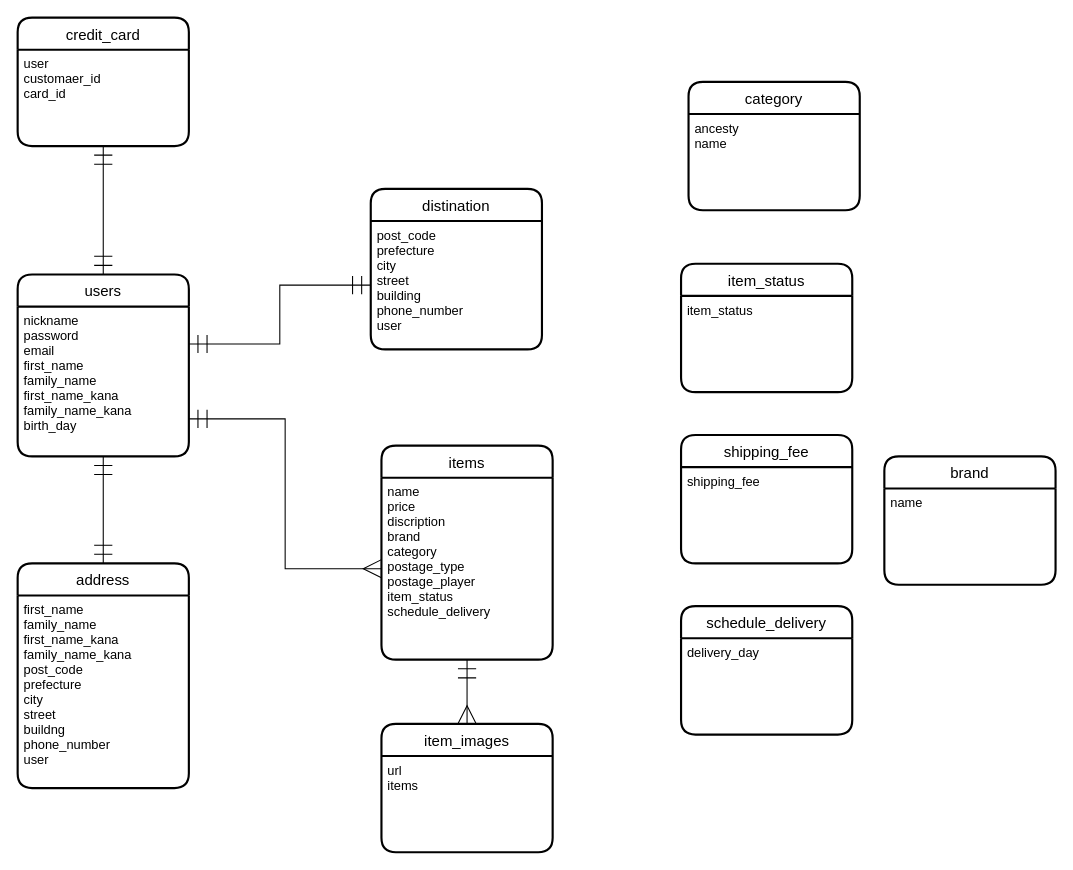
The draw.io diagram test.dio in hayakawanaotaka/furima-30951, before the edit. Source tidied: cells renumbered, new cells numbered last; positions are measured from the earlier drawing's top-left corner, leaving out a move shared by most shapes. Both pictures are drawn from the tidied source at 107%, with x=0, y=0 at pixel (17, 17).
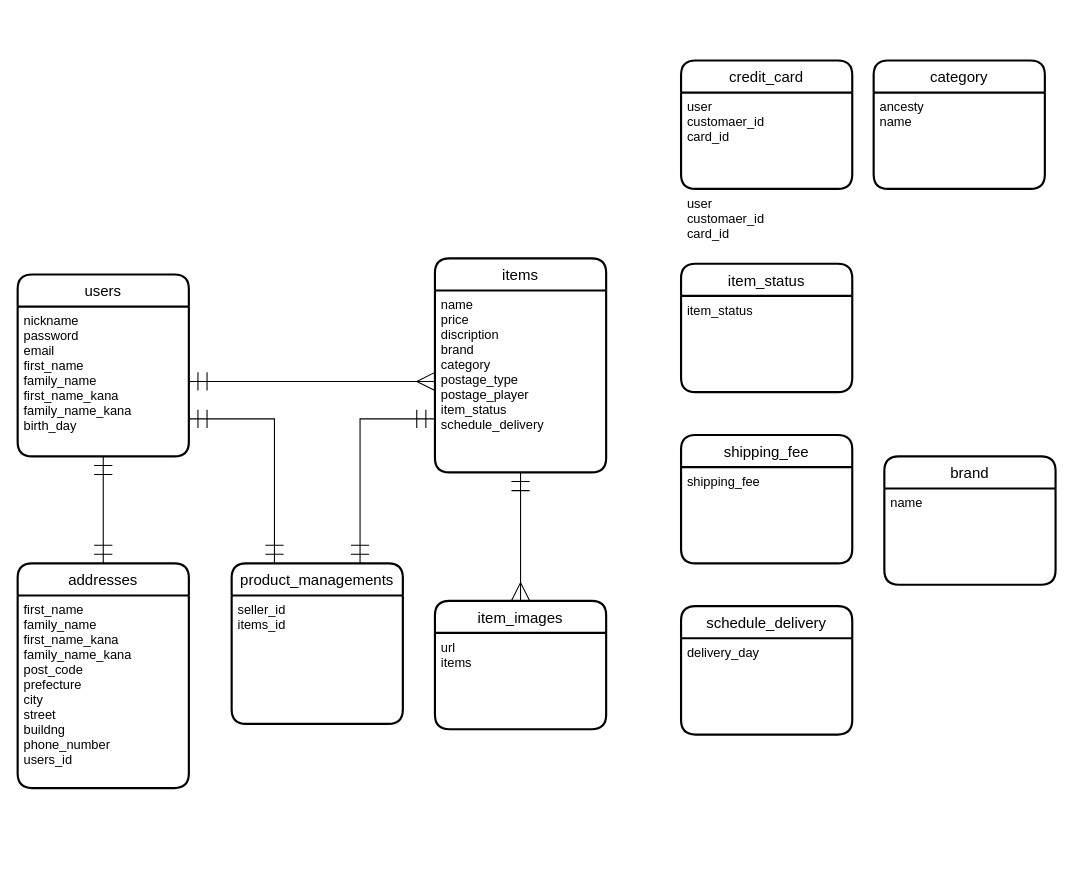
After the change.

Commit message (it also covers changes not shown here):
データベース修正　３

Unchanged cells that the change refers to:
```xml
<mxCell id="4" value="users" style="swimlane;horizontal=1;startSize=30;rounded=1;fontSize=14;fontStyle=0;strokeWidth=2;shadow=0;dashed=0;align=center;" parent="1" vertex="1">
  <mxGeometry y="240" width="160" height="170" as="geometry" />
</mxCell>
<mxCell id="5" value="nickname&#10;password&#10;email&#10;first_name&#10;family_name&#10;first_name_kana&#10;family_name_kana&#10;birth_day" style="align=left;strokeColor=none;fillColor=none;spacingLeft=4;fontSize=12;verticalAlign=top;" parent="4" vertex="1">
  <mxGeometry y="30" width="160" height="140" as="geometry" />
</mxCell>
<mxCell id="7" value="name&#10;price&#10;discription&#10;brand&#10;category&#10;postage_type&#10;postage_player&#10;item_status&#10;schedule_delivery" style="align=left;strokeColor=none;fillColor=none;spacingLeft=4;fontSize=12;verticalAlign=top;" parent="6" vertex="1">
  <mxGeometry y="30" width="160" height="170" as="geometry" />
</mxCell>
```

What changed in the source:
```diff
@@
+    <mxCell id="29" style="edgeStyle=orthogonalEdgeStyle;rounded=0;jettySize=auto;html=1;exitX=0.25;exitY=0;exitDx=0;exitDy=0;entryX=1;entryY=0.75;entryDx=0;entryDy=0;startArrow=ERmandOne;startFill=0;startSize=15;endArrow=ERmandOne;endFill=0;endSize=15;" parent="1" edge="1" source="2" target="5">
+      <mxGeometry relative="1" as="geometry" />
+    </mxCell>
+    <mxCell id="30" style="edgeStyle=orthogonalEdgeStyle;rounded=0;jettySize=auto;html=1;exitX=0.75;exitY=0;exitDx=0;exitDy=0;entryX=0;entryY=0.75;entryDx=0;entryDy=0;startArrow=ERmandOne;startFill=0;startSize=15;endArrow=ERmandOne;endFill=0;endSize=15;" parent="1" edge="1" source="2" target="6">
+      <mxGeometry relative="1" as="geometry" />
+    </mxCell>
-    <mxCell id="2" value="distination" style="swimlane;horizontal=1;startSize=30;rounded=1;fontSize=14;fontStyle=0;strokeWidth=2;shadow=0;dashed=0;align=center;" parent="1" vertex="1">
-      <mxGeometry x="330" y="160" width="160" height="150" as="geometry" />
+    <mxCell id="2" value="product_managements" style="swimlane;horizontal=1;startSize=30;rounded=1;fontSize=14;fontStyle=0;strokeWidth=2;shadow=0;dashed=0;align=center;" parent="1" vertex="1">
+      <mxGeometry x="200" y="510" width="160" height="150" as="geometry" />
     </mxCell>
-    <mxCell id="3" value="post_code&#10;prefecture&#10;city&#10;street&#10;building&#10;phone_number&#10;user" style="align=left;strokeColor=none;fillColor=none;spacingLeft=4;fontSize=12;verticalAlign=top;" parent="2" vertex="1">
+    <mxCell id="3" value="seller_id&#10;items_id" style="align=left;strokeColor=none;fillColor=none;spacingLeft=4;fontSize=12;verticalAlign=top;" parent="2" vertex="1">
       <mxGeometry y="30" width="160" height="120" as="geometry" />
     </mxCell>
@@
     <mxCell id="6" value="items" style="swimlane;horizontal=1;startSize=30;rounded=1;fontSize=14;fontStyle=0;strokeWidth=2;shadow=0;dashed=0;align=center;" parent="1" vertex="1">
-      <mxGeometry x="340" y="400" width="160" height="200" as="geometry" />
+      <mxGeometry x="390" y="225" width="160" height="200" as="geometry" />
     </mxCell>
@@
-    <mxCell id="8" style="edgeStyle=orthogonalEdgeStyle;rounded=0;jettySize=auto;html=1;exitX=1;exitY=0.75;exitDx=0;exitDy=0;entryX=0;entryY=0.5;entryDx=0;entryDy=0;startArrow=ERmandOne;startFill=0;startSize=15;endArrow=ERmany;endFill=0;endSize=15;" parent="1" edge="1" source="5" target="7">
+    <mxCell id="8" style="rounded=0;jettySize=auto;html=1;exitX=1;exitY=0.5;exitDx=0;exitDy=0;entryX=0;entryY=0.5;entryDx=0;entryDy=0;startArrow=ERmandOne;startFill=0;startSize=15;endArrow=ERmany;endFill=0;endSize=15;" parent="1" edge="1" source="5" target="7">
       <mxGeometry relative="1" as="geometry" />
     </mxCell>
@@
-    <mxCell id="10" value="address" style="swimlane;horizontal=1;startSize=30;rounded=1;fontSize=14;fontStyle=0;strokeWidth=2;shadow=0;dashed=0;align=center;" parent="1" vertex="1">
+    <mxCell id="10" value="addresses" style="swimlane;horizontal=1;startSize=30;rounded=1;fontSize=14;fontStyle=0;strokeWidth=2;shadow=0;dashed=0;align=center;" parent="1" vertex="1">
       <mxGeometry y="510" width="160" height="210" as="geometry" />
     </mxCell>
-    <mxCell id="11" value="first_name&#10;family_name&#10;first_name_kana&#10;family_name_kana&#10;post_code&#10;prefecture&#10;city&#10;street&#10;buildng&#10;phone_number&#10;user" style="align=left;strokeColor=none;fillColor=none;spacingLeft=4;fontSize=12;verticalAlign=top;" parent="10" vertex="1">
+    <mxCell id="11" value="first_name&#10;family_name&#10;first_name_kana&#10;family_name_kana&#10;post_code&#10;prefecture&#10;city&#10;street&#10;buildng&#10;phone_number&#10;users_id" style="align=left;strokeColor=none;fillColor=none;spacingLeft=4;fontSize=12;verticalAlign=top;" parent="10" vertex="1">
       <mxGeometry y="30" width="160" height="180" as="geometry" />
     </mxCell>
@@
     <mxCell id="20" value="category" style="swimlane;horizontal=1;startSize=30;rounded=1;fontSize=14;fontStyle=0;strokeWidth=2;shadow=0;dashed=0;align=center;" parent="1" vertex="1">
-      <mxGeometry x="627" y="60" width="160" height="120" as="geometry" />
+      <mxGeometry x="800" y="40" width="160" height="120" as="geometry" />
     </mxCell>
@@
-    <mxCell id="22" value="credit_card" style="swimlane;horizontal=1;startSize=30;rounded=1;fontSize=14;fontStyle=0;strokeWidth=2;shadow=0;dashed=0;align=center;" parent="1" vertex="1">
-      <mxGeometry width="160" height="120" as="geometry" />
-    </mxCell>
-    <mxCell id="23" value="user&#10;customaer_id&#10;card_id" style="align=left;strokeColor=none;fillColor=none;spacingLeft=4;fontSize=12;verticalAlign=top;" parent="22" vertex="1">
-      <mxGeometry y="30" width="160" height="90" as="geometry" />
-    </mxCell>
-    <mxCell id="24" style="edgeStyle=none;rounded=0;jettySize=auto;html=1;exitX=0.5;exitY=1;exitDx=0;exitDy=0;entryX=0.5;entryY=0;entryDx=0;entryDy=0;startArrow=ERmandOne;startFill=0;startSize=15;endArrow=ERmandOne;endFill=0;endSize=15;" parent="1" edge="1" source="23" target="4">
-      <mxGeometry relative="1" as="geometry" />
-    </mxCell>
-    <mxCell id="25" style="edgeStyle=orthogonalEdgeStyle;rounded=0;jettySize=auto;html=1;exitX=0;exitY=0.5;exitDx=0;exitDy=0;entryX=1;entryY=0.25;entryDx=0;entryDy=0;startArrow=ERmandOne;startFill=0;startSize=15;endArrow=ERmandOne;endFill=0;endSize=15;" parent="1" edge="1" source="3" target="5">
-      <mxGeometry relative="1" as="geometry" />
-    </mxCell>
@@
     <mxCell id="27" value="item_images" style="swimlane;horizontal=1;startSize=30;rounded=1;fontSize=14;fontStyle=0;strokeWidth=2;shadow=0;dashed=0;align=center;" parent="1" vertex="1">
-      <mxGeometry x="340" y="660" width="160" height="120" as="geometry" />
+      <mxGeometry x="390" y="545" width="160" height="120" as="geometry" />
     </mxCell>
@@
+    <mxCell id="22" value="credit_card" style="swimlane;horizontal=1;startSize=30;rounded=1;fontSize=14;fontStyle=0;strokeWidth=2;shadow=0;dashed=0;align=center;" parent="1" vertex="1">
+      <mxGeometry x="620" y="40" width="160" height="120" as="geometry" />
+    </mxCell>
+    <mxCell id="23" value="user&#10;customaer_id&#10;card_id" style="align=left;strokeColor=none;fillColor=none;spacingLeft=4;fontSize=12;verticalAlign=top;" parent="22" vertex="1">
+      <mxGeometry y="30" width="160" height="90" as="geometry" />
+    </mxCell>
+    <mxCell id="31" value="user&#10;customaer_id&#10;card_id" style="align=left;strokeColor=none;fillColor=none;spacingLeft=4;fontSize=12;verticalAlign=top;" parent="22" vertex="1">
+      <mxGeometry y="120" width="160" as="geometry" />
+    </mxCell>
```
